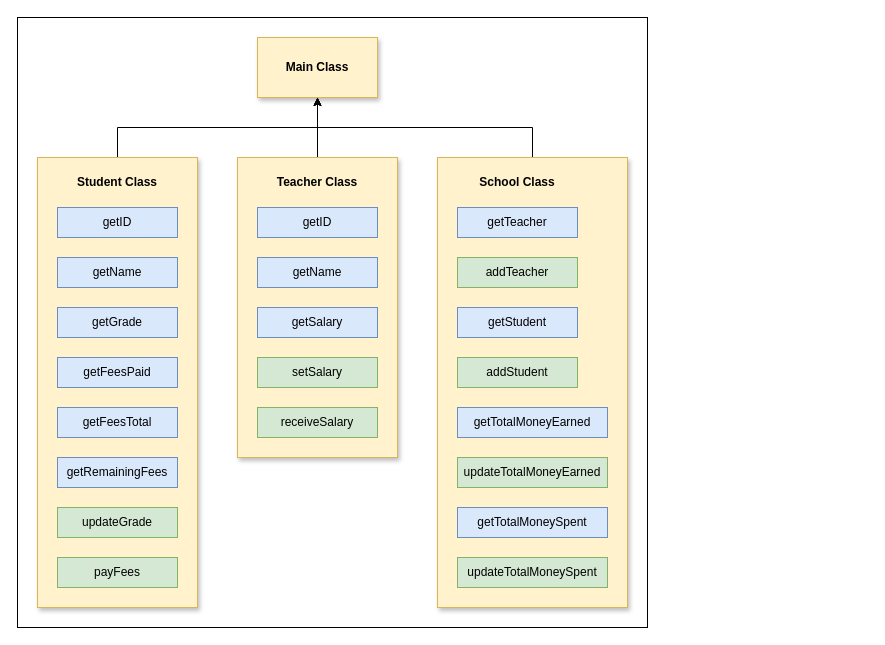
Earlier version of the draw.io diagram 4. School Management System/system-flow-2.drawio (kifaruCodes/Java-learning). Source tidied: cells renumbered, new cells numbered last; positions are measured from the earlier drawing's top-left corner, leaving out a move shared by most shapes. Both pictures are drawn from the tidied source at 100%, with x=0, y=0 at pixel (17, 17).
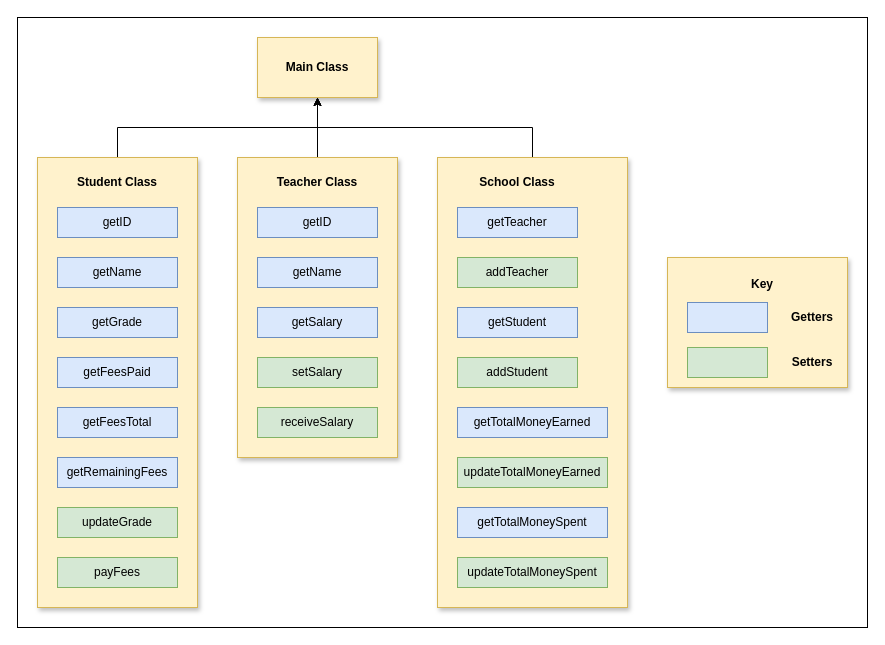
The same diagram, later.

Commit message (it also covers changes not shown here):
updating the school management system flow chart

Change to the diagram source:
```diff
@@
-    <mxCell id="2" style="rounded=0;whiteSpace=wrap;html=1;" parent="1" vertex="1">
-      <mxGeometry width="630" height="610" as="geometry" />
-    </mxCell>
+    <mxCell id="34" style="rounded=0;whiteSpace=wrap;html=1;" parent="1" vertex="1">
+      <mxGeometry width="850" height="610" as="geometry" />
+    </mxCell>
+    <mxCell id="35" style="rounded=0;whiteSpace=wrap;html=1;shadow=1;fillColor=#fff2cc;strokeColor=#d6b656;" parent="1" vertex="1">
+      <mxGeometry x="650" y="240" width="180" height="130" as="geometry" />
+    </mxCell>
@@
+    <mxCell id="36" style="rounded=0;whiteSpace=wrap;html=1;fillColor=#dae8fc;strokeColor=#6c8ebf;" parent="1" vertex="1">
+      <mxGeometry x="670" y="285" width="80" height="30" as="geometry" />
+    </mxCell>
+    <mxCell id="37" style="rounded=0;whiteSpace=wrap;html=1;fillColor=#d5e8d4;strokeColor=#82b366;" parent="1" vertex="1">
+      <mxGeometry x="670" y="330" width="80" height="30" as="geometry" />
+    </mxCell>
+    <mxCell id="38" value="Getters" style="text;html=1;strokeColor=none;fillColor=none;align=center;verticalAlign=middle;whiteSpace=wrap;rounded=0;fontStyle=1;" parent="1" vertex="1">
+      <mxGeometry x="750" y="285" width="90" height="30" as="geometry" />
+    </mxCell>
+    <mxCell id="39" value="Setters" style="text;html=1;strokeColor=none;fillColor=none;align=center;verticalAlign=middle;whiteSpace=wrap;rounded=0;fontStyle=1;" parent="1" vertex="1">
+      <mxGeometry x="750" y="330" width="90" height="30" as="geometry" />
+    </mxCell>
+    <mxCell id="40" value="Key" style="text;html=1;strokeColor=none;fillColor=none;align=center;verticalAlign=middle;whiteSpace=wrap;rounded=0;fontStyle=1;" parent="1" vertex="1">
+      <mxGeometry x="700" y="252" width="90" height="30" as="geometry" />
+    </mxCell>
```
